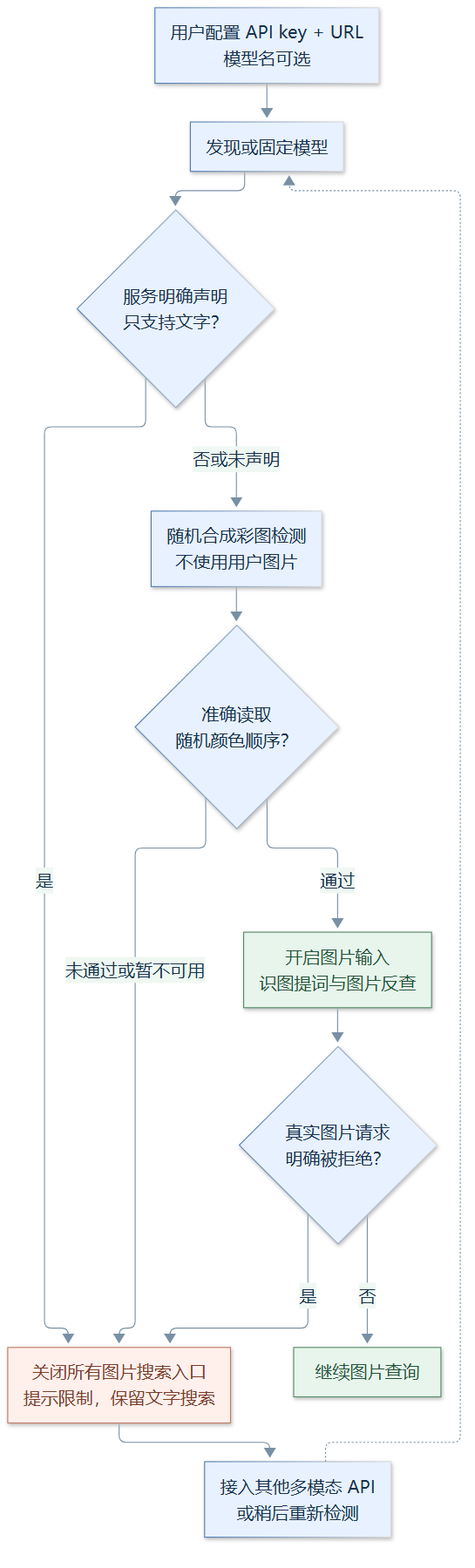
The Mermaid diagram docs/images/image-capability.png in wuhutakeoffyoo/booth-cli, before a commit. Its source is kept beside it as docs/diagrams/image-capability.mmd.
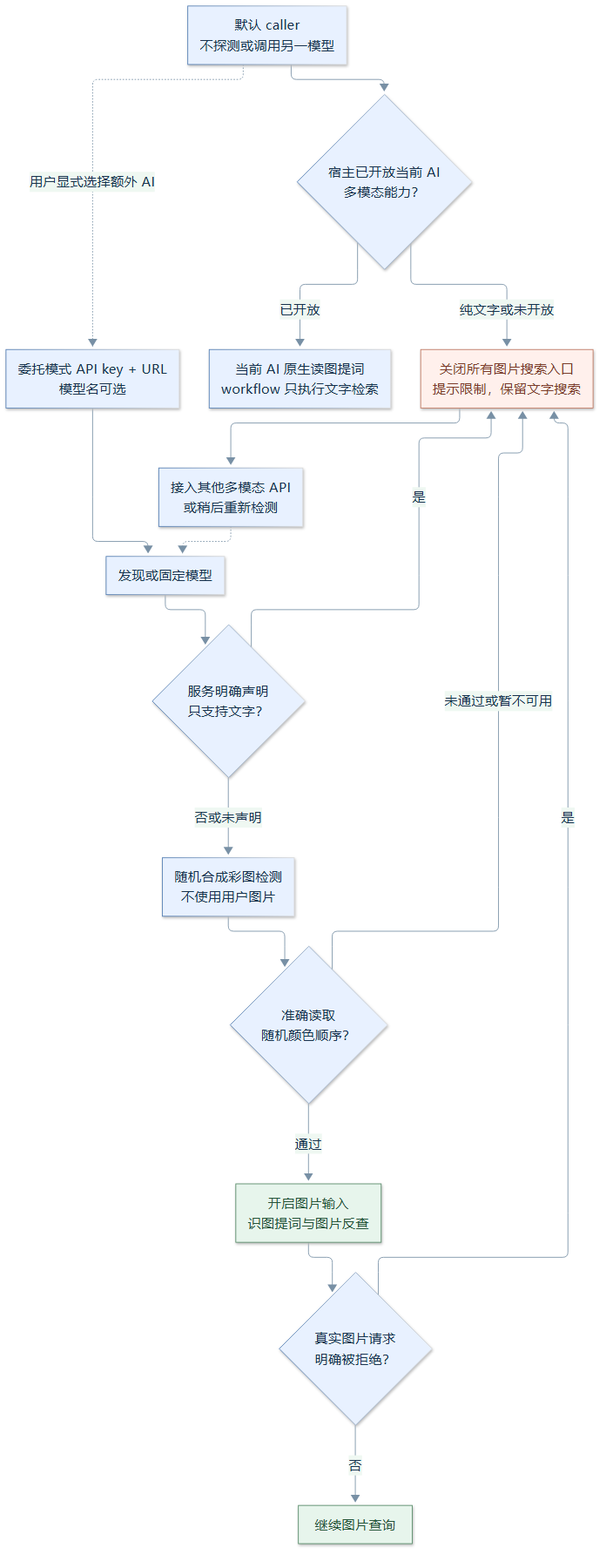
Above is the later version.

What changed in the source:
```diff
@@ -1,6 +1,10 @@
 %%{init: {"markdownAutoWrap":false,"fontFamily":"Microsoft YaHei","fontSize":18,"theme":"base","themeVariables":{"fontFamily":"Noto Sans CJK SC, Microsoft YaHei, sans-serif","fontSize":"18px","primaryColor":"#e8f1ff","primaryBorderColor":"#527db3","primaryTextColor":"#17324d","lineColor":"#7890a5","secondaryColor":"#eff8f2","tertiaryColor":"#fff6e6"},"flowchart":{"curve":"basis","wrappingWidth":400,"nodeSpacing":35,"rankSpacing":45}}}%%
 flowchart TD
-    A["用户配置 API key + URL<br/>模型名可选"] --> B["发现或固定模型"]
+    O["默认 caller<br/>不探测或调用另一模型"] --> P{"宿主已开放当前 AI<br/>多模态能力？"}
+    P -->|"已开放"| Q["当前 AI 原生读图提词<br/>workflow 只执行文字检索"]
+    P -->|"纯文字或未开放"| F
+    O -.->|"用户显式选择额外 AI"| A
+    A["委托模式 API key + URL<br/>模型名可选"] --> B["发现或固定模型"]
     B --> C{"服务明确声明<br/>只支持文字？"}
     C -->|"是"| F["关闭所有图片搜索入口<br/>提示限制，保留文字搜索"]
     C -->|"否或未声明"| D["随机合成彩图检测<br/>不使用用户图片"]
```
